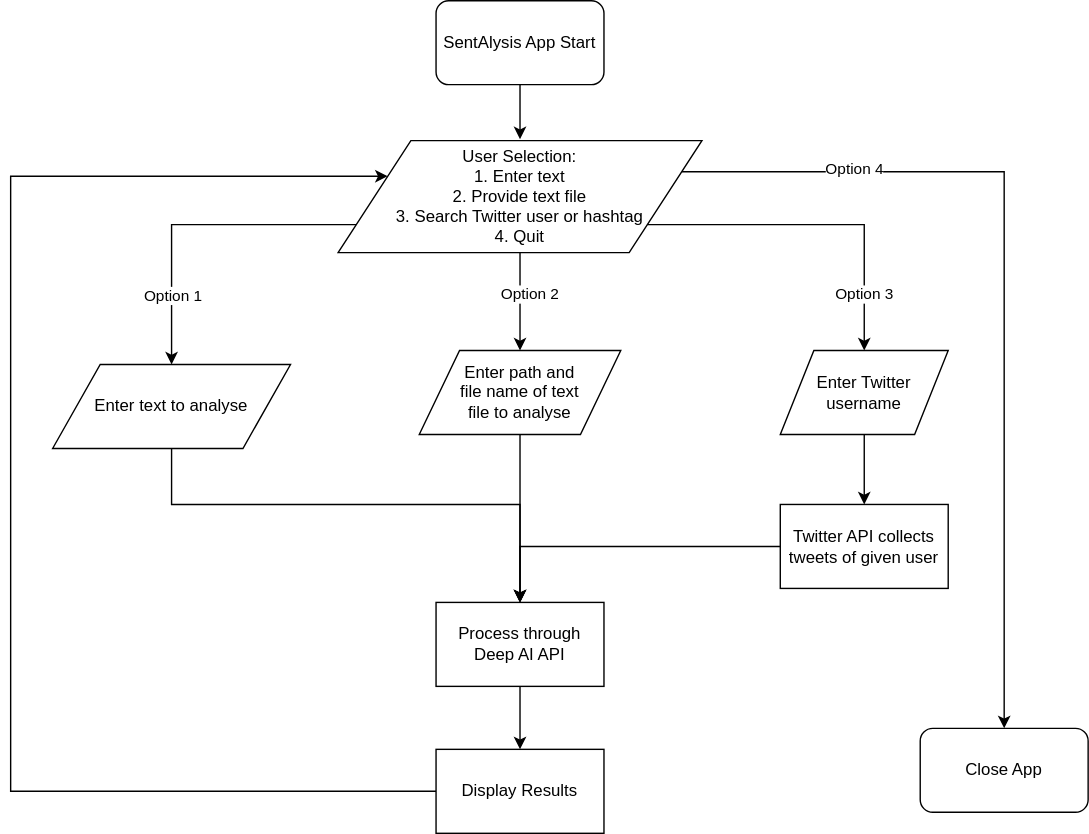
Before: docs/flow.drawio.svg, a diagram exported from draw.io (sam-don/sentalysis). Source tidied: cells renumbered, new cells last; positions are measured from the earlier drawing's top-left corner, leaving out a move shared by most shapes.
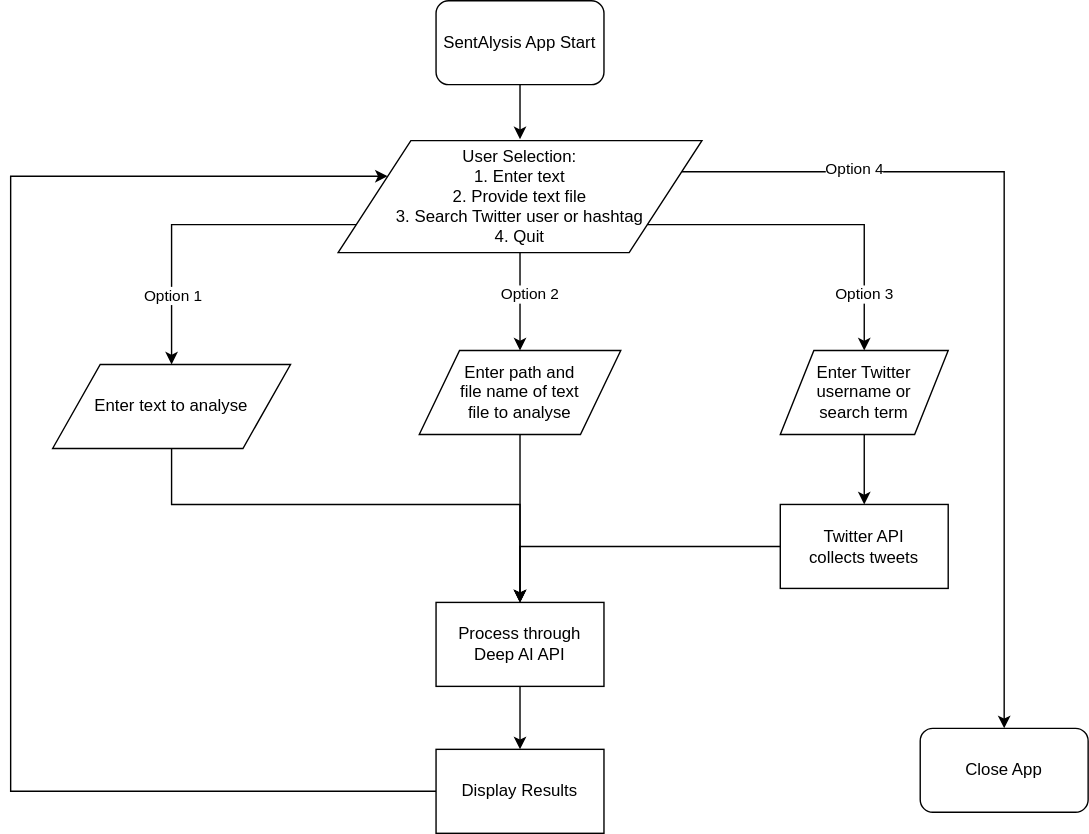
The same diagram one commit later.

Change to the diagram source:
```diff
@@ -71,13 +71,13 @@
     <mxCell id="17" style="edgeStyle=orthogonalEdgeStyle;rounded=0;jettySize=auto;html=1;entryX=0.5;entryY=0;entryDx=0;entryDy=0;" parent="1" edge="1" source="18" target="20">
       <mxGeometry relative="1" as="geometry" />
     </mxCell>
-    <mxCell id="18" value="Enter Twitter username" style="shape=parallelogram;perimeter=parallelogramPerimeter;whiteSpace=wrap;html=1;" parent="1" vertex="1">
+    <mxCell id="18" value="Enter Twitter username or&lt;br&gt;search term" style="shape=parallelogram;perimeter=parallelogramPerimeter;whiteSpace=wrap;html=1;" parent="1" vertex="1">
       <mxGeometry x="550" y="250" width="120" height="60" as="geometry" />
     </mxCell>
     <mxCell id="19" style="edgeStyle=orthogonalEdgeStyle;rounded=0;jettySize=auto;html=1;entryX=0.5;entryY=0;entryDx=0;entryDy=0;" parent="1" edge="1" source="20" target="14">
       <mxGeometry relative="1" as="geometry" />
     </mxCell>
-    <mxCell id="20" value="Twitter API collects tweets of given user" style="rounded=0;whiteSpace=wrap;html=1;" parent="1" vertex="1">
+    <mxCell id="20" value="Twitter API &lt;br&gt;collects tweets" style="rounded=0;whiteSpace=wrap;html=1;" parent="1" vertex="1">
       <mxGeometry x="550" y="360" width="120" height="60" as="geometry" />
     </mxCell>
     <mxCell id="21" style="edgeStyle=orthogonalEdgeStyle;rounded=0;jettySize=auto;html=1;entryX=0;entryY=0.25;entryDx=0;entryDy=0;" parent="1" edge="1" source="22" target="10">
```
